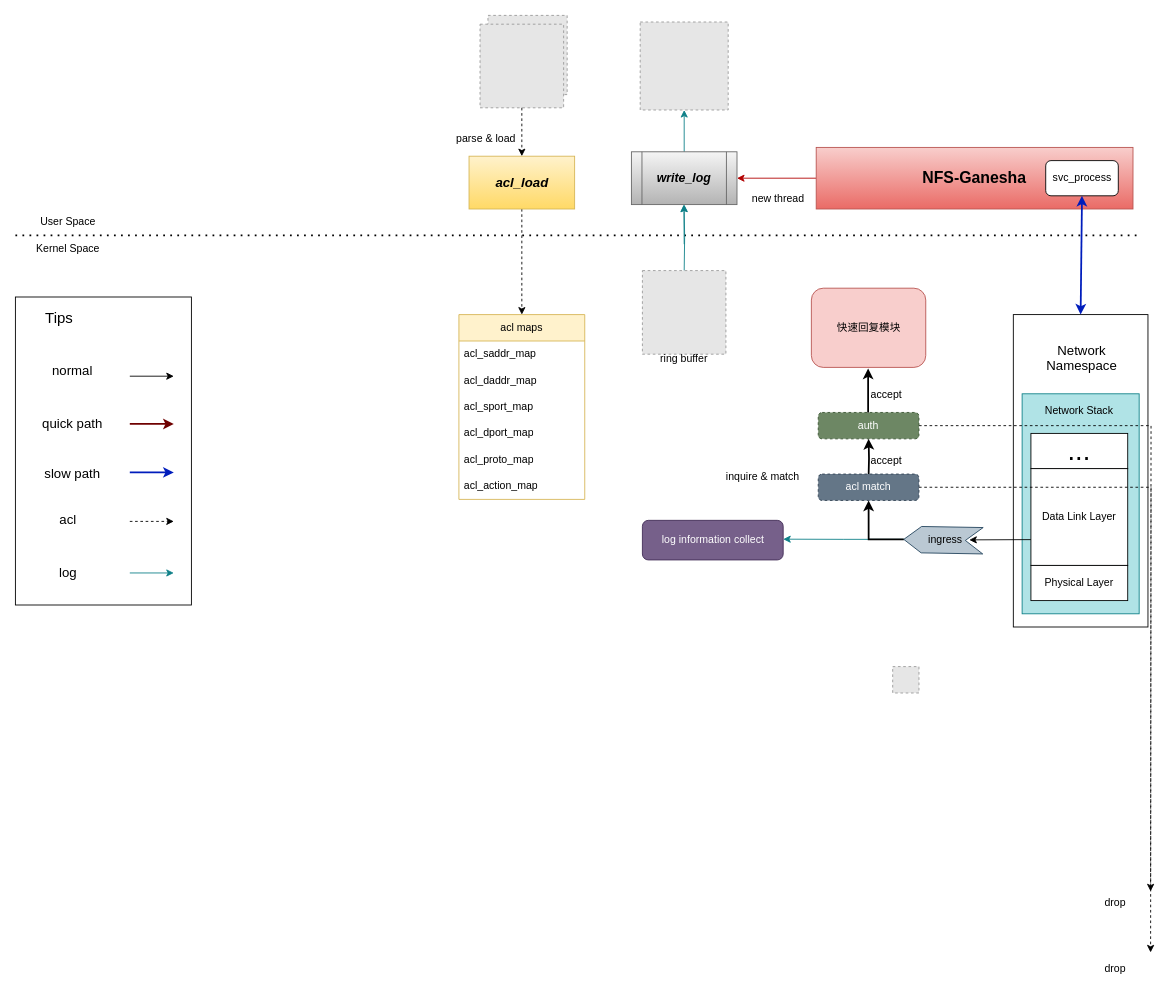
Kakoyi945/cloud keeps this draw.io diagram as 安全模块.drawio. Above is the earlier version. Source tidied: cells renumbered, new cells numbered last; positions are measured from the earlier drawing's top-left corner, leaving out a move shared by most shapes. Both pictures are drawn from the tidied source at 88%, with x=0, y=0 at pixel (15, 15). Pictures stored in the file or linked from it are replaced by grey dashed boxes.
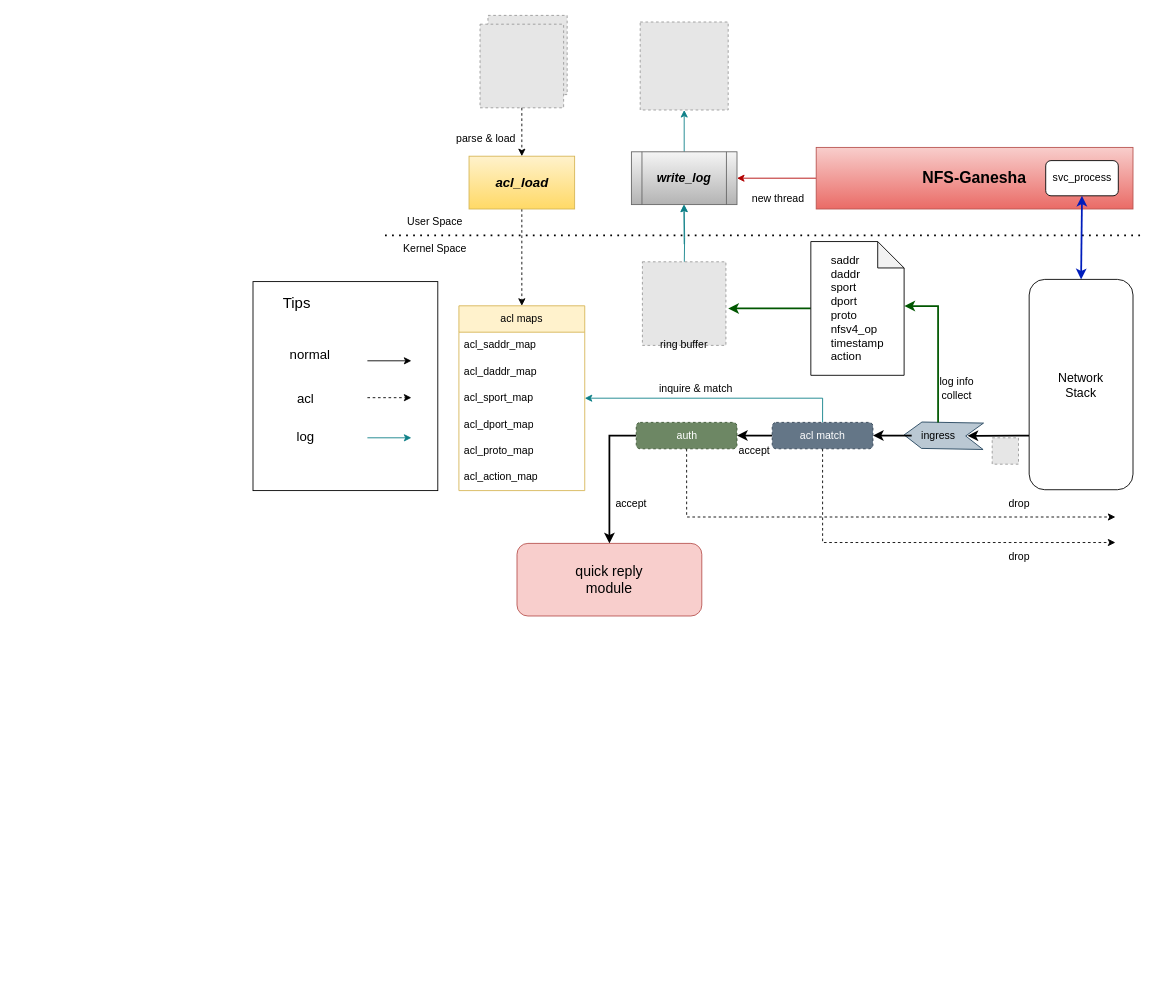
The same page after the edit.

Commit message (it also covers changes not shown here):
更新安全模块.drawio

The change refers to these unchanged cells:
```xml
<mxCell id="17" value="svc_process" style="rounded=1;whiteSpace=wrap;html=1;" parent="1" vertex="1">
  <mxGeometry x="1170.8" y="165" width="82.5" height="40" as="geometry" />
</mxCell>
<mxCell id="29" value="acl_sport_map" style="text;strokeColor=none;fillColor=none;align=left;verticalAlign=middle;spacingLeft=4;spacingRight=4;overflow=hidden;points=[[0,0.5],[1,0.5]];portConstraint=eastwest;whiteSpace=wrap;html=1;" parent="26" vertex="1">
  <mxGeometry y="90" width="143" height="30" as="geometry" />
</mxCell>
```

What changed in the source:
```diff
@@
-    <mxCell id="2" style="rounded=0;whiteSpace=wrap;html=1;" parent="1" vertex="1">
-      <mxGeometry x="1134" y="340" width="153" height="355" as="geometry" />
-    </mxCell>
-    <mxCell id="3" style="rounded=0;whiteSpace=wrap;html=1;fillColor=#b0e3e6;strokeColor=#0e8088;" parent="1" vertex="1">
-      <mxGeometry x="1144" y="430" width="133" height="250" as="geometry" />
-    </mxCell>
-    <mxCell id="4" style="endArrow=none;dashed=1;html=1;dashPattern=1 3;strokeWidth=2;rounded=0;exitX=0;exitY=0;exitDx=0;exitDy=0;" parent="1" edge="1" source="6">
+    <mxCell id="4" style="endArrow=none;dashed=1;html=1;dashPattern=1 3;strokeWidth=2;rounded=0;" parent="1" edge="1">
       <mxGeometry relative="1" as="geometry">
+        <mxPoint x="420" y="250" as="sourcePoint" />
         <mxPoint x="1280" y="250" as="targetPoint" />
       </mxGeometry>
     </mxCell>
     <mxCell id="5" value="User Space" style="text;html=1;strokeColor=none;fillColor=none;align=center;verticalAlign=middle;whiteSpace=wrap;rounded=0;" parent="1" vertex="1">
-      <mxGeometry y="220" width="120" height="30" as="geometry" />
+      <mxGeometry x="417" y="220" width="120" height="30" as="geometry" />
     </mxCell>
     <mxCell id="6" value="Kernel Space" style="text;html=1;strokeColor=none;fillColor=none;align=center;verticalAlign=middle;whiteSpace=wrap;rounded=0;" parent="1" vertex="1">
-      <mxGeometry y="250" width="120" height="30" as="geometry" />
+      <mxGeometry x="417" y="250" width="120" height="30" as="geometry" />
     </mxCell>
@@
-    <mxCell id="9" value="Data Link Layer" style="rounded=0;whiteSpace=wrap;html=1;" parent="1" vertex="1">
-      <mxGeometry x="1154" y="515" width="110" height="110" as="geometry" />
-    </mxCell>
-    <mxCell id="10" value="Physical Layer" style="rounded=0;whiteSpace=wrap;html=1;" parent="1" vertex="1">
-      <mxGeometry x="1154" y="625" width="110" height="40" as="geometry" />
-    </mxCell>
-    <mxCell id="11" value="&lt;font style=&quot;font-size: 31px;&quot;&gt;...&lt;/font&gt;" style="rounded=0;whiteSpace=wrap;html=1;" parent="1" vertex="1">
-      <mxGeometry x="1154" y="475" width="110" height="40" as="geometry" />
-    </mxCell>
-    <mxCell id="12" value="Network Stack" style="text;html=1;strokeColor=none;fillColor=none;align=center;verticalAlign=middle;whiteSpace=wrap;rounded=0;" parent="1" vertex="1">
-      <mxGeometry x="1159" y="435" width="100" height="30" as="geometry" />
-    </mxCell>
-    <mxCell id="13" style="edgeStyle=orthogonalEdgeStyle;rounded=0;jettySize=auto;html=1;exitX=1;exitY=0.5;exitDx=0;exitDy=0;fillColor=#b0e3e6;strokeColor=#0e8088;" parent="1" edge="1" source="14">
-      <mxGeometry relative="1" as="geometry">
-        <mxPoint x="872.5" y="595.2" as="targetPoint" />
-      </mxGeometry>
+    <mxCell id="13" style="edgeStyle=orthogonalEdgeStyle;rounded=0;jettySize=auto;html=1;fillColor=#b0e3e6;strokeColor=#0e8088;entryX=1;entryY=0.5;entryDx=0;entryDy=0;exitX=0.5;exitY=0;exitDx=0;exitDy=0;" parent="1" edge="1" source="39" target="29">
+      <mxGeometry relative="1" as="geometry" />
     </mxCell>
     <mxCell id="14" style="shape=step;perimeter=stepPerimeter;whiteSpace=wrap;html=1;fixedSize=1;rotation=-179;fillColor=#bac8d3;strokeColor=#23445d;" parent="1" vertex="1">
-      <mxGeometry x="1009.5" y="581.2" width="90" height="30" as="geometry" />
+      <mxGeometry x="1009.9" y="462.5" width="90" height="30" as="geometry" />
     </mxCell>
-    <mxCell id="15" style="edgeStyle=orthogonalEdgeStyle;rounded=0;jettySize=auto;html=1;exitX=1;exitY=0.5;exitDx=0;exitDy=0;strokeWidth=2;entryX=0.5;entryY=1;entryDx=0;entryDy=0;" parent="1" edge="1" source="14" target="39">
-      <mxGeometry relative="1" as="geometry" />
-    </mxCell>
+    <mxCell id="68" style="edgeStyle=orthogonalEdgeStyle;rounded=0;jettySize=auto;html=1;entryX=1;entryY=0.5;entryDx=0;entryDy=0;strokeWidth=2;" parent="1" edge="1" source="16" target="39">
+      <mxGeometry relative="1" as="geometry" />
+    </mxCell>
+    <mxCell id="69" style="edgeStyle=orthogonalEdgeStyle;rounded=0;jettySize=auto;html=1;exitX=0.5;exitY=0;exitDx=0;exitDy=0;entryX=1.003;entryY=0.482;entryDx=0;entryDy=0;entryPerimeter=0;strokeWidth=2;fillColor=#008a00;strokeColor=#005700;" parent="1" edge="1" source="16" target="75">
+      <mxGeometry relative="1" as="geometry" />
+    </mxCell>
     <mxCell id="16" value="ingress" style="text;html=1;strokeColor=none;fillColor=none;align=center;verticalAlign=middle;whiteSpace=wrap;rounded=0;" parent="1" vertex="1">
-      <mxGeometry x="1026.8" y="581.2" width="60" height="30" as="geometry" />
+      <mxGeometry x="1018.5" y="462.5" width="60" height="30" as="geometry" />
     </mxCell>
@@
-    <mxCell id="18" style="endArrow=classic;startArrow=classic;html=1;rounded=0;entryX=0.5;entryY=1;entryDx=0;entryDy=0;exitX=0.5;exitY=0;exitDx=0;exitDy=0;strokeWidth=2;fillColor=#0050ef;strokeColor=#001DBC;" parent="1" edge="1" source="2" target="17">
+    <mxCell id="18" style="endArrow=classic;startArrow=classic;html=1;rounded=0;entryX=0.5;entryY=1;entryDx=0;entryDy=0;strokeWidth=2;fillColor=#0050ef;strokeColor=#001DBC;exitX=0.5;exitY=0;exitDx=0;exitDy=0;" parent="1" edge="1" source="12" target="17">
       <mxGeometry relative="1" as="geometry" />
     </mxCell>
@@
     <mxCell id="26" value="acl maps" style="swimlane;fontStyle=0;horizontal=1;startSize=30;whiteSpace=wrap;html=1;fillColor=#fff2cc;strokeColor=#d6b656;" parent="1" vertex="1">
-      <mxGeometry x="504" y="340" width="143" height="210" as="geometry" />
+      <mxGeometry x="504" y="330" width="143" height="210" as="geometry" />
     </mxCell>
@@
     <mxCell id="33" style="fillColor=#E6E6E6;strokeColor=#999999;dashed=1;verticalLabelPosition=bottom;labelBackgroundColor=default;verticalAlign=top;" parent="1" vertex="1">
-      <mxGeometry x="996.9" y="740" width="29.9" height="30" as="geometry" />
+      <mxGeometry x="1110" y="480" width="29.9" height="30" as="geometry" />
     </mxCell>
-    <mxCell id="34" style="edgeStyle=orthogonalEdgeStyle;rounded=0;jettySize=auto;html=1;exitX=0.5;exitY=0;exitDx=0;exitDy=0;entryX=0.5;entryY=1;entryDx=0;entryDy=0;strokeWidth=2;" parent="1" edge="1" target="36">
-      <mxGeometry relative="1" as="geometry">
-        <mxPoint x="969.5" y="525.2" as="sourcePoint" />
-      </mxGeometry>
-    </mxCell>
-    <mxCell id="35" style="edgeStyle=orthogonalEdgeStyle;rounded=0;jettySize=auto;html=1;exitX=1;exitY=0.5;exitDx=0;exitDy=0;dashed=1;" parent="1" edge="1" source="36">
+    <mxCell id="35" style="edgeStyle=orthogonalEdgeStyle;rounded=0;jettySize=auto;html=1;dashed=1;exitX=0.5;exitY=1;exitDx=0;exitDy=0;" parent="1" edge="1" source="36">
       <mxGeometry relative="1" as="geometry">
-        <mxPoint x="1290" y="995.4" as="targetPoint" />
+        <mxPoint x="1250" y="570" as="targetPoint" />
+        <Array as="points">
+          <mxPoint x="763" y="570" />
+        </Array>
       </mxGeometry>
     </mxCell>
+    <mxCell id="70" style="edgeStyle=orthogonalEdgeStyle;rounded=0;jettySize=auto;html=1;exitX=0;exitY=0.5;exitDx=0;exitDy=0;entryX=0.5;entryY=0;entryDx=0;entryDy=0;strokeWidth=2;" parent="1" edge="1" source="36" target="67">
+      <mxGeometry relative="1" as="geometry" />
+    </mxCell>
     <mxCell id="36" value="auth" style="rounded=1;whiteSpace=wrap;html=1;dashed=1;fillColor=#6d8764;fontColor=#ffffff;strokeColor=#3A5431;" parent="1" vertex="1">
-      <mxGeometry x="912.3" y="451.2" width="114.5" height="30" as="geometry" />
+      <mxGeometry x="705.5" y="462.5" width="114.5" height="30" as="geometry" />
     </mxCell>
-    <mxCell id="37" style="endArrow=classic;html=1;rounded=0;strokeWidth=2;" parent="1" edge="1">
-      <mxGeometry relative="1" as="geometry">
-        <mxPoint x="969" y="451.2" as="sourcePoint" />
-        <mxPoint x="969" y="401.2" as="targetPoint" />
-      </mxGeometry>
-    </mxCell>
-    <mxCell id="38" style="edgeStyle=orthogonalEdgeStyle;rounded=0;jettySize=auto;html=1;exitX=1;exitY=0.5;exitDx=0;exitDy=0;dashed=1;" parent="1" edge="1" source="39">
+    <mxCell id="38" style="edgeStyle=orthogonalEdgeStyle;rounded=0;jettySize=auto;html=1;dashed=1;exitX=0.5;exitY=1;exitDx=0;exitDy=0;" parent="1" edge="1" source="39">
       <mxGeometry relative="1" as="geometry">
-        <mxPoint x="1290" y="1064.8" as="targetPoint" />
+        <mxPoint x="1250" y="599" as="targetPoint" />
+        <Array as="points">
+          <mxPoint x="917" y="599" />
+        </Array>
       </mxGeometry>
     </mxCell>
+    <mxCell id="71" style="edgeStyle=orthogonalEdgeStyle;rounded=0;jettySize=auto;html=1;strokeWidth=2;" parent="1" edge="1" source="39">
+      <mxGeometry relative="1" as="geometry">
+        <mxPoint x="820" y="477.5" as="targetPoint" />
+      </mxGeometry>
+    </mxCell>
     <mxCell id="39" value="acl match" style="rounded=1;whiteSpace=wrap;html=1;dashed=1;fillColor=#647687;fontColor=#ffffff;strokeColor=#314354;" parent="1" vertex="1">
-      <mxGeometry x="912.3" y="521.2" width="114.5" height="30" as="geometry" />
+      <mxGeometry x="860" y="462.5" width="114.5" height="30" as="geometry" />
     </mxCell>
     <mxCell id="40" value="inquire &amp;amp; match" style="text;html=1;strokeColor=none;fillColor=none;align=center;verticalAlign=middle;whiteSpace=wrap;rounded=0;" parent="1" vertex="1">
-      <mxGeometry x="796" y="508.8" width="107" height="30" as="geometry" />
+      <mxGeometry x="720" y="409" width="107" height="30" as="geometry" />
     </mxCell>
@@
-    <mxCell id="44" value="log information collect" style="rounded=1;whiteSpace=wrap;html=1;fillColor=#76608a;fontColor=#ffffff;strokeColor=#432D57;" parent="1" vertex="1">
-      <mxGeometry x="712.5" y="573.8" width="160" height="45" as="geometry" />
-    </mxCell>
@@
     <mxCell id="46" style="fillColor=#E6E6E6;strokeColor=#999999;dashed=1;verticalLabelPosition=bottom;labelBackgroundColor=default;verticalAlign=top;" parent="1" vertex="1">
-      <mxGeometry x="712.5" y="290" width="94.9" height="95" as="geometry" />
+      <mxGeometry x="712.5" y="280" width="94.9" height="95" as="geometry" />
     </mxCell>
@@
     <mxCell id="48" value="ring buffer" style="text;html=1;strokeColor=none;fillColor=none;align=center;verticalAlign=middle;whiteSpace=wrap;rounded=0;" parent="1" vertex="1">
-      <mxGeometry x="730" y="375" width="60" height="30" as="geometry" />
+      <mxGeometry x="730" y="360" width="60" height="30" as="geometry" />
     </mxCell>
-    <mxCell id="49" value="&lt;font style=&quot;font-size: 15px;&quot;&gt;Network Namespace&lt;/font&gt;" style="text;html=1;strokeColor=none;fillColor=none;align=center;verticalAlign=middle;whiteSpace=wrap;rounded=0;" parent="1" vertex="1">
-      <mxGeometry x="1146.9" y="357.5" width="130.1" height="62.5" as="geometry" />
-    </mxCell>
-    <mxCell id="50" value="drop" style="text;html=1;strokeColor=none;fillColor=none;align=center;verticalAlign=middle;whiteSpace=wrap;rounded=0;" parent="1" vertex="1">
-      <mxGeometry x="1220" y="1067.5" width="60" height="30" as="geometry" />
-    </mxCell>
     <mxCell id="51" value="accept" style="text;html=1;strokeColor=none;fillColor=none;align=center;verticalAlign=middle;whiteSpace=wrap;rounded=0;" parent="1" vertex="1">
-      <mxGeometry x="959.5" y="491.2" width="60" height="30" as="geometry" />
+      <mxGeometry x="810" y="480" width="60" height="30" as="geometry" />
     </mxCell>
-    <mxCell id="52" value="accept" style="text;html=1;strokeColor=none;fillColor=none;align=center;verticalAlign=middle;whiteSpace=wrap;rounded=0;" parent="1" vertex="1">
-      <mxGeometry x="959.5" y="416.2" width="60" height="30" as="geometry" />
-    </mxCell>
-    <mxCell id="53" value="drop" style="text;html=1;strokeColor=none;fillColor=none;align=center;verticalAlign=middle;whiteSpace=wrap;rounded=0;" parent="1" vertex="1">
-      <mxGeometry x="1220" y="992.5" width="60" height="30" as="geometry" />
-    </mxCell>
     <mxCell id="54" style="rounded=0;whiteSpace=wrap;html=1;" parent="1" vertex="1">
-      <mxGeometry y="320" width="200" height="350" as="geometry" />
+      <mxGeometry x="270" y="302.5" width="210" height="237.5" as="geometry" />
     </mxCell>
     <mxCell id="55" value="&lt;font style=&quot;font-size: 17px;&quot;&gt;Tips&lt;/font&gt;" style="text;html=1;strokeColor=none;fillColor=none;align=center;verticalAlign=middle;whiteSpace=wrap;rounded=0;" parent="1" vertex="1">
-      <mxGeometry x="20" y="330" width="60" height="30" as="geometry" />
+      <mxGeometry x="290" y="312.5" width="60" height="30" as="geometry" />
     </mxCell>
-    <mxCell id="56" style="endArrow=classic;html=1;rounded=0;strokeWidth=2;fillColor=#a20025;strokeColor=#6F0000;" parent="1" edge="1">
-      <mxGeometry relative="1" as="geometry">
-        <mxPoint x="130" y="464.3" as="sourcePoint" />
-        <mxPoint x="180" y="464.3" as="targetPoint" />
-      </mxGeometry>
-    </mxCell>
-    <mxCell id="57" value="&lt;font style=&quot;font-size: 15px;&quot;&gt;quick path&lt;/font&gt;" style="text;html=1;strokeColor=none;fillColor=none;align=center;verticalAlign=middle;whiteSpace=wrap;rounded=0;" parent="1" vertex="1">
-      <mxGeometry x="20" y="445" width="90" height="35" as="geometry" />
-    </mxCell>
-    <mxCell id="58" style="endArrow=classic;html=1;rounded=0;strokeWidth=2;fillColor=#0050ef;strokeColor=#001DBC;" parent="1" edge="1">
-      <mxGeometry relative="1" as="geometry">
-        <mxPoint x="130" y="519.3" as="sourcePoint" />
-        <mxPoint x="180" y="519.3" as="targetPoint" />
-      </mxGeometry>
-    </mxCell>
-    <mxCell id="59" value="&lt;font style=&quot;font-size: 15px;&quot;&gt;slow path&lt;/font&gt;" style="text;html=1;strokeColor=none;fillColor=none;align=center;verticalAlign=middle;whiteSpace=wrap;rounded=0;" parent="1" vertex="1">
-      <mxGeometry x="20" y="502.5" width="90" height="35" as="geometry" />
-    </mxCell>
     <mxCell id="60" style="endArrow=classic;html=1;rounded=0;strokeWidth=1;fillColor=#0050ef;strokeColor=#000000;dashed=1;" parent="1" edge="1">
       <mxGeometry relative="1" as="geometry">
-        <mxPoint x="130" y="575" as="sourcePoint" />
-        <mxPoint x="180" y="575" as="targetPoint" />
+        <mxPoint x="400" y="434.4" as="sourcePoint" />
+        <mxPoint x="450" y="434.4" as="targetPoint" />
       </mxGeometry>
     </mxCell>
     <mxCell id="61" value="&lt;font style=&quot;font-size: 15px;&quot;&gt;acl&lt;/font&gt;" style="text;html=1;strokeColor=none;fillColor=none;align=center;verticalAlign=middle;whiteSpace=wrap;rounded=0;" parent="1" vertex="1">
-      <mxGeometry x="15" y="555" width="90" height="35" as="geometry" />
+      <mxGeometry x="285" y="417.5" width="90" height="35" as="geometry" />
     </mxCell>
     <mxCell id="62" style="endArrow=classic;html=1;rounded=0;strokeWidth=1;fillColor=#b0e3e6;strokeColor=#0e8088;" parent="1" edge="1">
       <mxGeometry relative="1" as="geometry">
-        <mxPoint x="130" y="633.6" as="sourcePoint" />
-        <mxPoint x="180" y="633.6" as="targetPoint" />
+        <mxPoint x="400" y="480" as="sourcePoint" />
+        <mxPoint x="450" y="480" as="targetPoint" />
       </mxGeometry>
     </mxCell>
     <mxCell id="63" value="&lt;font style=&quot;font-size: 15px;&quot;&gt;log&lt;/font&gt;" style="text;html=1;strokeColor=none;fillColor=none;align=center;verticalAlign=middle;whiteSpace=wrap;rounded=0;" parent="1" vertex="1">
-      <mxGeometry x="15" y="615" width="90" height="35" as="geometry" />
+      <mxGeometry x="285" y="460" width="90" height="35" as="geometry" />
     </mxCell>
     <mxCell id="64" value="&lt;font style=&quot;font-size: 15px;&quot;&gt;normal&lt;/font&gt;" style="text;html=1;strokeColor=none;fillColor=none;align=center;verticalAlign=middle;whiteSpace=wrap;rounded=0;" parent="1" vertex="1">
-      <mxGeometry x="20" y="385" width="90" height="35" as="geometry" />
+      <mxGeometry x="290" y="367.5" width="90" height="35" as="geometry" />
     </mxCell>
     <mxCell id="65" style="endArrow=classic;html=1;rounded=0;strokeWidth=1;fillColor=#a20025;strokeColor=#000000;" parent="1" edge="1">
       <mxGeometry relative="1" as="geometry">
-        <mxPoint x="130" y="410" as="sourcePoint" />
-        <mxPoint x="180" y="410" as="targetPoint" />
+        <mxPoint x="400" y="392.5" as="sourcePoint" />
+        <mxPoint x="450" y="392.5" as="targetPoint" />
       </mxGeometry>
     </mxCell>
-    <mxCell id="66" style="endArrow=classic;html=1;rounded=0;" parent="1" edge="1">
+    <mxCell id="66" style="endArrow=classic;html=1;rounded=0;strokeWidth=2;" parent="1" edge="1">
       <mxGeometry relative="1" as="geometry">
-        <mxPoint x="1154" y="595.7" as="sourcePoint" />
-        <mxPoint x="1084" y="596" as="targetPoint" />
+        <mxPoint x="1152" y="477.5" as="sourcePoint" />
+        <mxPoint x="1082" y="477.8" as="targetPoint" />
       </mxGeometry>
     </mxCell>
-    <mxCell id="67" value="快速回复模块" style="rounded=1;whiteSpace=wrap;html=1;fillColor=#f8cecc;strokeColor=#b85450;" parent="1" vertex="1">
-      <mxGeometry x="904.5" y="310" width="130" height="90" as="geometry" />
+    <mxCell id="67" value="&lt;font style=&quot;font-size: 16px;&quot;&gt;quick reply&lt;br&gt;module&lt;/font&gt;" style="rounded=1;whiteSpace=wrap;html=1;fillColor=#f8cecc;strokeColor=#b85450;" parent="1" vertex="1">
+      <mxGeometry x="570" y="600" width="210" height="82.5" as="geometry" />
     </mxCell>
+    <mxCell id="12" value="&lt;font style=&quot;font-size: 14px;&quot;&gt;Network&lt;br&gt;Stack&lt;/font&gt;" style="rounded=1;whiteSpace=wrap;html=1;" parent="1" vertex="1">
+      <mxGeometry x="1152" y="300" width="118" height="239" as="geometry" />
+    </mxCell>
+    <mxCell id="52" value="accept" style="text;html=1;strokeColor=none;fillColor=none;align=center;verticalAlign=middle;whiteSpace=wrap;rounded=0;" parent="1" vertex="1">
+      <mxGeometry x="670" y="540" width="60" height="30" as="geometry" />
+    </mxCell>
+    <mxCell id="72" value="drop" style="text;html=1;strokeColor=none;fillColor=none;align=center;verticalAlign=middle;whiteSpace=wrap;rounded=0;" parent="1" vertex="1">
+      <mxGeometry x="1110.8" y="540" width="60" height="30" as="geometry" />
+    </mxCell>
+    <mxCell id="73" value="drop" style="text;html=1;strokeColor=none;fillColor=none;align=center;verticalAlign=middle;whiteSpace=wrap;rounded=0;" parent="1" vertex="1">
+      <mxGeometry x="1110.8" y="600" width="60" height="30" as="geometry" />
+    </mxCell>
+    <mxCell id="74" style="edgeStyle=orthogonalEdgeStyle;rounded=0;jettySize=auto;html=1;exitX=0;exitY=0.5;exitDx=0;exitDy=0;exitPerimeter=0;strokeWidth=2;fillColor=#008a00;strokeColor=#005700;" parent="1" edge="1" source="75">
+      <mxGeometry relative="1" as="geometry">
+        <mxPoint x="810" y="333" as="targetPoint" />
+      </mxGeometry>
+    </mxCell>
+    <mxCell id="75" value="&lt;div style=&quot;text-align: left; font-size: 13px;&quot;&gt;&lt;span style=&quot;background-color: initial;&quot;&gt;&lt;font style=&quot;font-size: 13px;&quot;&gt;saddr&lt;/font&gt;&lt;/span&gt;&lt;/div&gt;&lt;div style=&quot;text-align: left; font-size: 13px;&quot;&gt;&lt;span style=&quot;background-color: initial;&quot;&gt;&lt;font style=&quot;font-size: 13px;&quot;&gt;daddr&lt;/font&gt;&lt;/span&gt;&lt;/div&gt;&lt;div style=&quot;text-align: left; font-size: 13px;&quot;&gt;&lt;span style=&quot;background-color: initial;&quot;&gt;&lt;font style=&quot;font-size: 13px;&quot;&gt;sport&lt;/font&gt;&lt;/span&gt;&lt;/div&gt;&lt;div style=&quot;text-align: left; font-size: 13px;&quot;&gt;&lt;span style=&quot;background-color: initial;&quot;&gt;&lt;font style=&quot;font-size: 13px;&quot;&gt;dport&lt;/font&gt;&lt;/span&gt;&lt;/div&gt;&lt;div style=&quot;text-align: left; font-size: 13px;&quot;&gt;&lt;span style=&quot;background-color: initial;&quot;&gt;&lt;font style=&quot;font-size: 13px;&quot;&gt;proto&lt;/font&gt;&lt;/span&gt;&lt;/div&gt;&lt;div style=&quot;text-align: left; font-size: 13px;&quot;&gt;&lt;span style=&quot;background-color: initial;&quot;&gt;&lt;font style=&quot;font-size: 13px;&quot;&gt;nfsv4_op&lt;/font&gt;&lt;/span&gt;&lt;/div&gt;&lt;div style=&quot;text-align: left; font-size: 13px;&quot;&gt;&lt;span style=&quot;background-color: initial;&quot;&gt;&lt;font style=&quot;font-size: 13px;&quot;&gt;timestamp&lt;/font&gt;&lt;/span&gt;&lt;/div&gt;&lt;div style=&quot;text-align: left; font-size: 13px;&quot;&gt;&lt;span style=&quot;background-color: initial;&quot;&gt;&lt;font style=&quot;font-size: 13px;&quot;&gt;action&lt;/font&gt;&lt;/span&gt;&lt;/div&gt;" style="shape=note;whiteSpace=wrap;html=1;backgroundOutline=1;darkOpacity=0.05;" parent="1" vertex="1">
+      <mxGeometry x="903.9" y="257" width="106" height="152" as="geometry" />
+    </mxCell>
+    <mxCell id="76" value="log info collect" style="text;html=1;strokeColor=none;fillColor=none;align=center;verticalAlign=middle;whiteSpace=wrap;rounded=0;" parent="1" vertex="1">
+      <mxGeometry x="1039.9" y="409" width="60" height="30" as="geometry" />
+    </mxCell>
```
